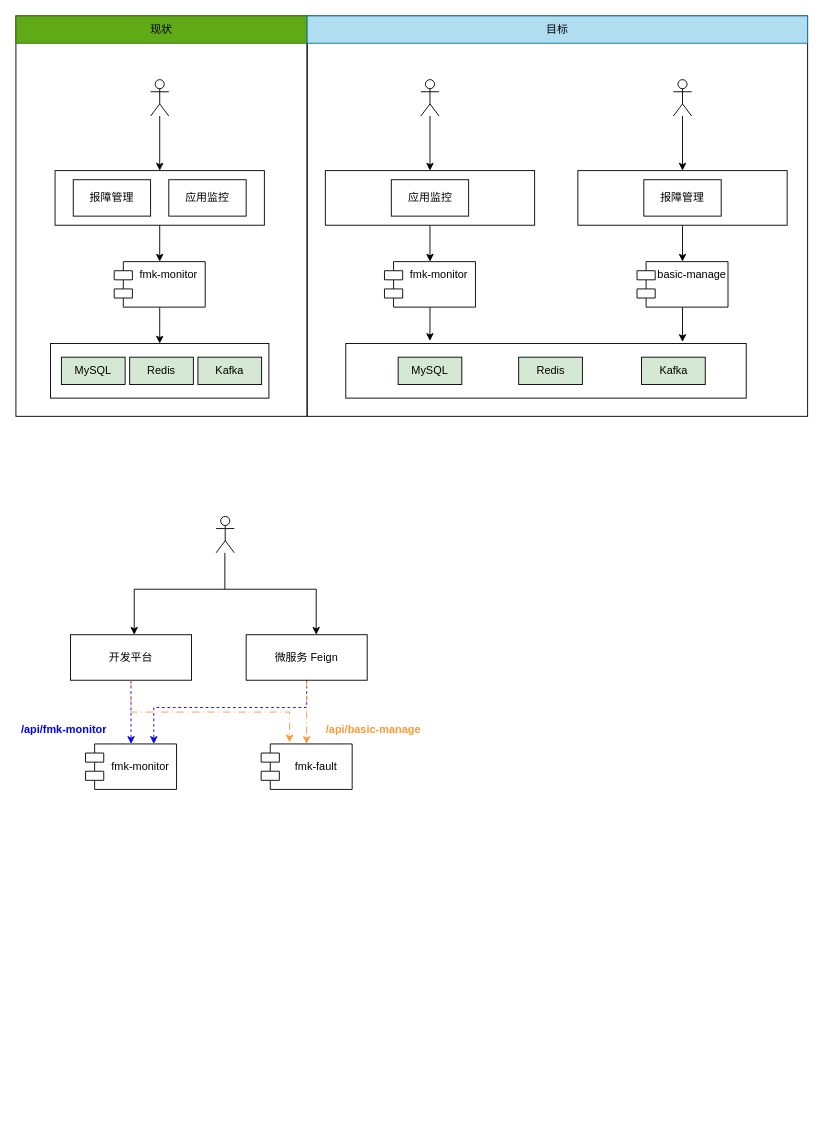
This is 报障管理独立架构.drawio from DongRuihua/draw, a draw.io file, before an edit. Source tidied: cells renumbered, new cells numbered last; positions are measured from the earlier drawing's top-left corner, leaving out a move shared by most shapes. Both pictures are drawn from the tidied source at 91%, with x=0, y=0 at pixel (15, 15).
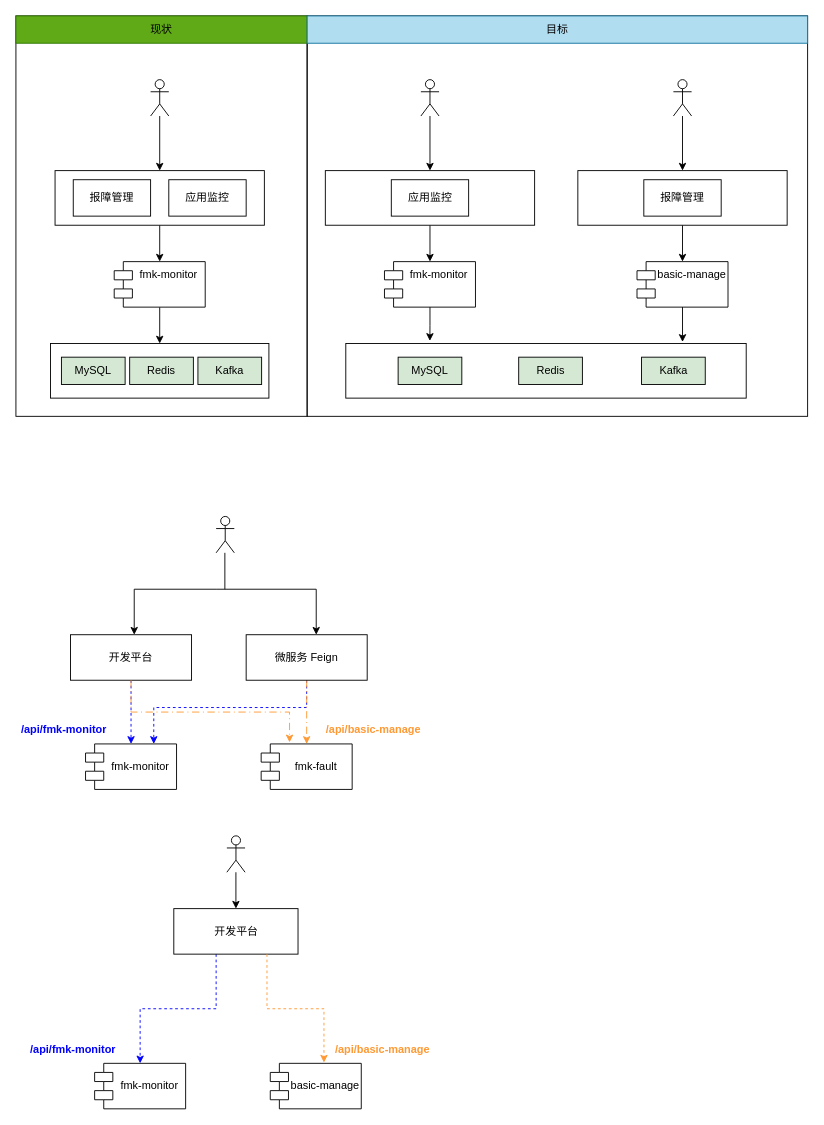
The same page after the edit.

Commit message:
更新报障管理独立架构.drawio

The edit, as a diff of the source:
```diff
@@
     <mxCell id="39" style="group;" parent="1" vertex="1">
-      <mxGeometry y="550" width="450" height="300" as="geometry" />
+      <mxGeometry y="550" width="455" height="425" as="geometry" />
     </mxCell>
@@
+    <mxCell id="56" style="group;" parent="1" vertex="1">
+      <mxGeometry x="10" y="901" width="450" height="300" as="geometry" />
+    </mxCell>
+    <mxCell id="57" style="edgeStyle=orthogonalEdgeStyle;rounded=0;jettySize=auto;html=1;entryX=0.5;entryY=0;entryDx=0;entryDy=0;" parent="56" edge="1" source="58" target="60">
+      <mxGeometry relative="1" as="geometry" />
+    </mxCell>
+    <mxCell id="58" style="shape=umlActor;verticalLabelPosition=bottom;verticalAlign=top;html=1;" parent="56" vertex="1">
+      <mxGeometry x="221.8" width="20" height="40" as="geometry" />
+    </mxCell>
+    <mxCell id="59" style="edgeStyle=orthogonalEdgeStyle;rounded=0;jettySize=auto;html=1;entryX=0.5;entryY=0;entryDx=0;entryDy=0;dashed=1;strokeColor=#0000FF;" parent="56" edge="1" source="60" target="61">
+      <mxGeometry relative="1" as="geometry">
+        <Array as="points">
+          <mxPoint x="210" y="190" />
+          <mxPoint x="127" y="190" />
+        </Array>
+      </mxGeometry>
+    </mxCell>
+    <mxCell id="60" value="开发平台" style="whiteSpace=wrap;html=1;verticalAlign=middle;" parent="56" vertex="1">
+      <mxGeometry x="163.5" y="80" width="136.5" height="50" as="geometry" />
+    </mxCell>
+    <mxCell id="61" value="fmk-monitor" style="shape=module;align=left;spacingLeft=20;align=center;verticalAlign=middle;whiteSpace=wrap;html=1;" parent="56" vertex="1">
+      <mxGeometry x="76.5" y="250" width="100" height="50" as="geometry" />
+    </mxCell>
+    <mxCell id="62" value="basic-manage" style="shape=module;align=left;spacingLeft=20;align=center;verticalAlign=middle;whiteSpace=wrap;html=1;" parent="56" vertex="1">
+      <mxGeometry x="269.5" y="250" width="100" height="50" as="geometry" />
+    </mxCell>
+    <mxCell id="63" value="&lt;font style=&quot;color: rgb(0, 0, 255);&quot;&gt;&lt;b&gt;/api/fmk-monitor&lt;/b&gt;&lt;/font&gt;" style="text;strokeColor=none;fillColor=none;align=left;verticalAlign=middle;spacingLeft=4;spacingRight=4;overflow=hidden;whiteSpace=wrap;html=1;" parent="56" vertex="1">
+      <mxGeometry y="220" width="120" height="30" as="geometry" />
+    </mxCell>
+    <mxCell id="64" value="&lt;font style=&quot;color: rgb(255, 153, 51);&quot;&gt;&lt;b&gt;/api/basic-manage&lt;/b&gt;&lt;/font&gt;" style="text;strokeColor=none;fillColor=none;align=left;verticalAlign=middle;spacingLeft=4;spacingRight=4;overflow=hidden;whiteSpace=wrap;html=1;" parent="56" vertex="1">
+      <mxGeometry x="335" y="220" width="115" height="30" as="geometry" />
+    </mxCell>
+    <mxCell id="65" style="edgeStyle=orthogonalEdgeStyle;rounded=0;jettySize=auto;html=1;exitX=0.75;exitY=1;exitDx=0;exitDy=0;entryX=0.59;entryY=-0.016;entryDx=0;entryDy=0;entryPerimeter=0;strokeColor=light-dark(#ff9933, #ededed);dashed=1;" parent="56" edge="1" source="60" target="62">
+      <mxGeometry relative="1" as="geometry" />
+    </mxCell>
```
